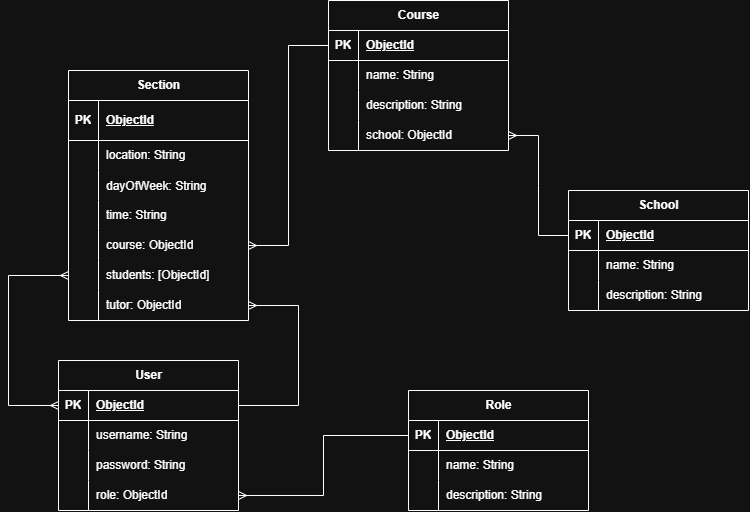
This is README-media/Project2_ERD.drawio.png from KhadijaAlsatrawi/Course-Management-System, a draw.io export, as it was before one commit. Source tidied: cells renumbered, new cells last; positions are measured from the earlier drawing's top-left corner, leaving out a move shared by most shapes.
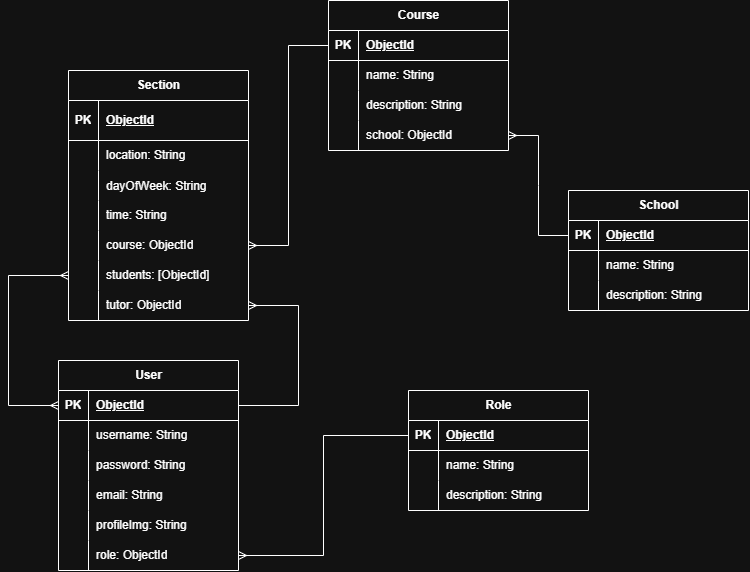
The same file after the commit.

Change to the diagram source:
```diff
@@ -138,7 +138,7 @@
       <mxGeometry x="30" width="150" height="30" as="geometry" />
     </mxCell>
     <mxCell id="47" value="User" style="shape=table;startSize=30;rowLines=0;fontStyle=1;align=center;html=1;" parent="1" vertex="1">
-      <mxGeometry x="50" y="360" width="180" height="150" as="geometry" />
+      <mxGeometry x="50" y="360" width="180" height="210" as="geometry" />
     </mxCell>
     <mxCell id="48" style="shape=tableRow;horizontal=0;startSize=0;swimlaneHead=0;swimlaneBody=0;fillColor=none;points=[[0,0.5],[1,0.5]];portConstraint=eastwest;top=0;left=0;right=0;bottom=1;" parent="47" vertex="1">
       <mxGeometry y="30" width="180" height="30" as="geometry" />
@@ -167,8 +167,26 @@
     <mxCell id="56" value="password: String" style="shape=partialRectangle;fillColor=none;top=0;left=0;bottom=0;right=0;align=left;spacingLeft=6;overflow=hidden;whiteSpace=wrap;html=1;" parent="54" vertex="1">
       <mxGeometry x="30" width="150" height="30" as="geometry" />
     </mxCell>
+    <mxCell id="75" style="shape=tableRow;horizontal=0;startSize=0;swimlaneHead=0;swimlaneBody=0;fillColor=none;top=0;left=0;right=0;bottom=0;" parent="47" vertex="1">
+      <mxGeometry y="120" width="180" height="30" as="geometry" />
+    </mxCell>
+    <mxCell id="76" style="shape=partialRectangle;fillColor=none;top=0;left=0;bottom=0;right=0;overflow=hidden;whiteSpace=wrap;html=1;" parent="75" vertex="1">
+      <mxGeometry width="30" height="30" as="geometry" />
+    </mxCell>
+    <mxCell id="77" value="email: String" style="shape=partialRectangle;fillColor=none;top=0;left=0;bottom=0;right=0;align=left;spacingLeft=6;overflow=hidden;whiteSpace=wrap;html=1;" parent="75" vertex="1">
+      <mxGeometry x="30" width="150" height="30" as="geometry" />
+    </mxCell>
+    <mxCell id="78" style="shape=tableRow;horizontal=0;startSize=0;swimlaneHead=0;swimlaneBody=0;fillColor=none;top=0;left=0;right=0;bottom=0;" parent="47" vertex="1">
+      <mxGeometry y="150" width="180" height="30" as="geometry" />
+    </mxCell>
+    <mxCell id="79" style="shape=partialRectangle;fillColor=none;top=0;left=0;bottom=0;right=0;overflow=hidden;whiteSpace=wrap;html=1;" parent="78" vertex="1">
+      <mxGeometry width="30" height="30" as="geometry" />
+    </mxCell>
+    <mxCell id="80" value="profileImg: String" style="shape=partialRectangle;fillColor=none;top=0;left=0;bottom=0;right=0;align=left;spacingLeft=6;overflow=hidden;whiteSpace=wrap;html=1;" parent="78" vertex="1">
+      <mxGeometry x="30" width="150" height="30" as="geometry" />
+    </mxCell>
     <mxCell id="57" style="shape=tableRow;horizontal=0;startSize=0;swimlaneHead=0;swimlaneBody=0;fillColor=none;points=[[0,0.5],[1,0.5]];portConstraint=eastwest;top=0;left=0;right=0;bottom=0;" parent="47" vertex="1">
-      <mxGeometry y="120" width="180" height="30" as="geometry" />
+      <mxGeometry y="180" width="180" height="30" as="geometry" />
     </mxCell>
     <mxCell id="58" style="shape=partialRectangle;fillColor=none;top=0;left=0;bottom=0;right=0;overflow=hidden;whiteSpace=wrap;html=1;" parent="57" vertex="1">
       <mxGeometry width="30" height="30" as="geometry" />
```
